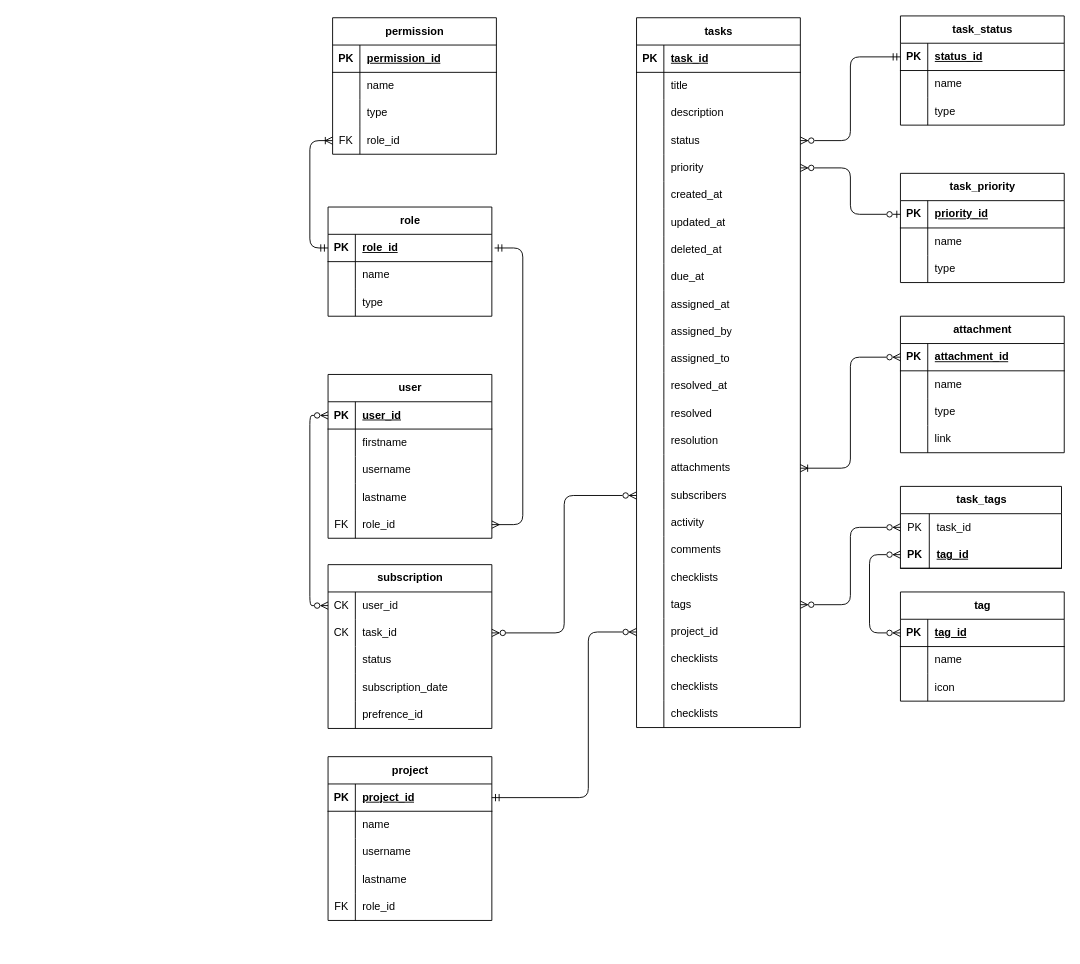
The draw.io diagram Untitled Diagram.drawio in sonu-nigam/workflow, before the edit. Source tidied: cells renumbered, new cells numbered last; positions are measured from the earlier drawing's top-left corner, leaving out a move shared by most shapes. Both pictures are drawn from the tidied source at 91%, with x=0, y=0 at pixel (328, 15).
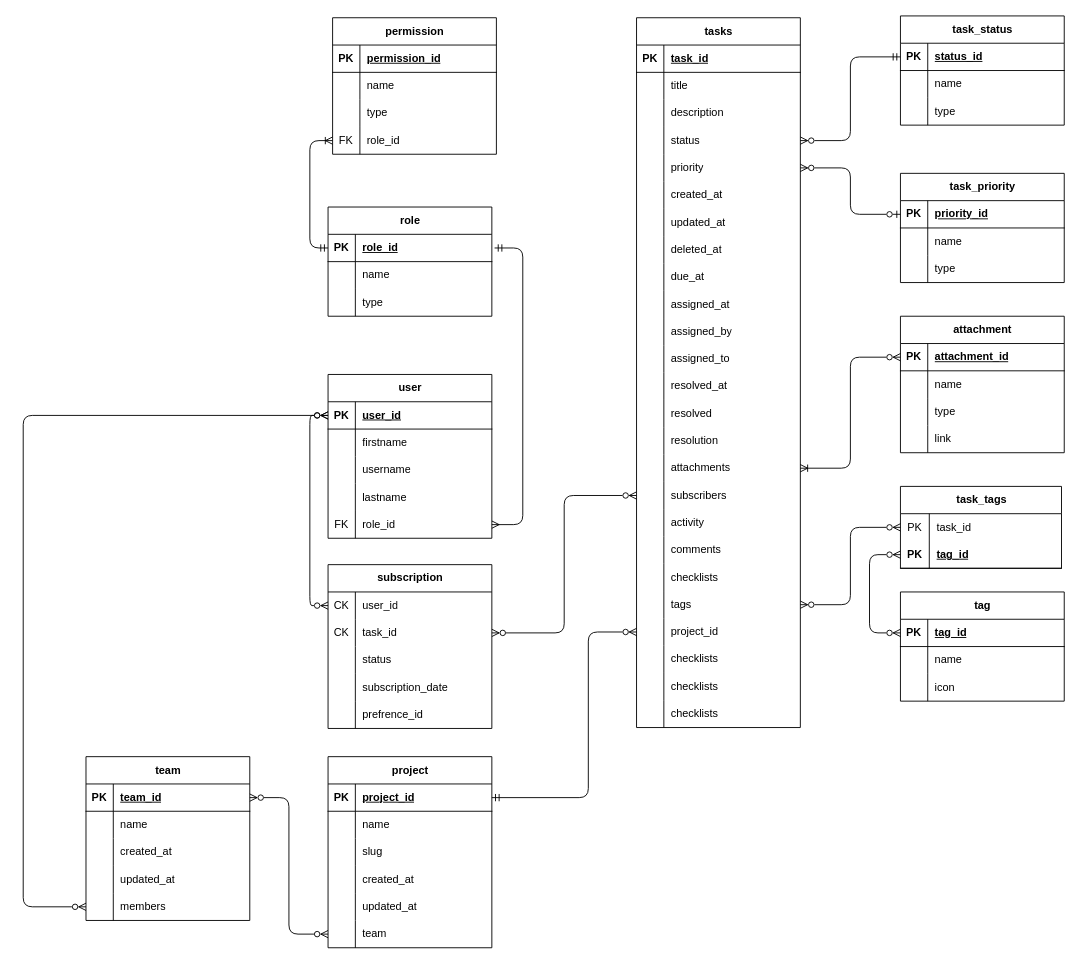
After the change.

Unchanged cells that the change refers to:
```xml
<mxCell id="3" style="shape=tableRow;horizontal=0;startSize=0;swimlaneHead=0;swimlaneBody=0;fillColor=none;points=[[0,0.5],[1,0.5]];portConstraint=eastwest;top=0;left=0;right=0;bottom=1;rounded=0;" parent="2" vertex="1">
  <mxGeometry y="30" width="180" height="30" as="geometry" />
</mxCell>
<mxCell id="199" style="shape=tableRow;horizontal=0;startSize=0;swimlaneHead=0;swimlaneBody=0;fillColor=none;top=0;left=0;right=0;bottom=0;rounded=0;" parent="192" vertex="1">
  <mxGeometry y="90" width="180" height="30" as="geometry" />
</mxCell>
<mxCell id="202" style="shape=tableRow;horizontal=0;startSize=0;swimlaneHead=0;swimlaneBody=0;fillColor=none;top=0;left=0;right=0;bottom=0;rounded=0;" parent="192" vertex="1">
  <mxGeometry y="120" width="180" height="30" as="geometry" />
</mxCell>
<mxCell id="205" style="shape=tableRow;horizontal=0;startSize=0;swimlaneHead=0;swimlaneBody=0;fillColor=none;top=0;left=0;right=0;bottom=0;rounded=0;" parent="192" vertex="1">
  <mxGeometry y="150" width="180" height="30" as="geometry" />
</mxCell>
```

What changed in the source:
```diff
@@
     <mxCell id="192" value="project" style="shape=table;startSize=30;childLayout=tableLayout;rowLines=0;fontStyle=1;align=center;html=1;rounded=0;" parent="1" vertex="1">
-      <mxGeometry y="814" width="180" height="180" as="geometry" />
+      <mxGeometry y="814" width="180" height="210" as="geometry" />
     </mxCell>
@@
-    <mxCell id="201" value="username" style="shape=partialRectangle;fillColor=none;top=0;left=0;bottom=0;right=0;align=left;spacingLeft=6;overflow=hidden;whiteSpace=wrap;html=1;rounded=0;" parent="199" vertex="1">
+    <mxCell id="201" value="slug" style="shape=partialRectangle;fillColor=none;top=0;left=0;bottom=0;right=0;align=left;spacingLeft=6;overflow=hidden;whiteSpace=wrap;html=1;rounded=0;" parent="199" vertex="1">
       <mxGeometry x="30" width="150" height="30" as="geometry" />
     </mxCell>
@@
-    <mxCell id="204" value="lastname" style="shape=partialRectangle;fillColor=none;top=0;left=0;bottom=0;right=0;align=left;spacingLeft=6;overflow=hidden;whiteSpace=wrap;html=1;rounded=0;" parent="202" vertex="1">
+    <mxCell id="204" value="created_at" style="shape=partialRectangle;fillColor=none;top=0;left=0;bottom=0;right=0;align=left;spacingLeft=6;overflow=hidden;whiteSpace=wrap;html=1;rounded=0;" parent="202" vertex="1">
       <mxGeometry x="30" width="150" height="30" as="geometry" />
     </mxCell>
@@
-    <mxCell id="206" value="FK" style="shape=partialRectangle;fillColor=none;top=0;left=0;bottom=0;right=0;overflow=hidden;whiteSpace=wrap;html=1;rounded=0;" parent="205" vertex="1">
+    <mxCell id="206" style="shape=partialRectangle;fillColor=none;top=0;left=0;bottom=0;right=0;overflow=hidden;whiteSpace=wrap;html=1;rounded=0;" parent="205" vertex="1">
       <mxGeometry width="30" height="30" as="geometry" />
     </mxCell>
-    <mxCell id="207" value="role_id" style="shape=partialRectangle;fillColor=none;top=0;left=0;bottom=0;right=0;align=left;spacingLeft=6;overflow=hidden;whiteSpace=wrap;html=1;rounded=0;" parent="205" vertex="1">
+    <mxCell id="207" value="updated_at" style="shape=partialRectangle;fillColor=none;top=0;left=0;bottom=0;right=0;align=left;spacingLeft=6;overflow=hidden;whiteSpace=wrap;html=1;rounded=0;" parent="205" vertex="1">
       <mxGeometry x="30" width="150" height="30" as="geometry" />
     </mxCell>
+    <mxCell id="209" style="shape=tableRow;horizontal=0;startSize=0;swimlaneHead=0;swimlaneBody=0;fillColor=none;points=[[0,0.5],[1,0.5]];portConstraint=eastwest;top=0;left=0;right=0;bottom=0;rounded=0;" parent="192" vertex="1">
+      <mxGeometry y="180" width="180" height="30" as="geometry" />
+    </mxCell>
+    <mxCell id="210" style="shape=partialRectangle;fillColor=none;top=0;left=0;bottom=0;right=0;overflow=hidden;whiteSpace=wrap;html=1;rounded=0;" parent="209" vertex="1">
+      <mxGeometry width="30" height="30" as="geometry" />
+    </mxCell>
+    <mxCell id="211" value="team" style="shape=partialRectangle;fillColor=none;top=0;left=0;bottom=0;right=0;align=left;spacingLeft=6;overflow=hidden;whiteSpace=wrap;html=1;rounded=0;" parent="209" vertex="1">
+      <mxGeometry x="30" width="150" height="30" as="geometry" />
+    </mxCell>
@@
+    <mxCell id="212" value="team" style="shape=table;startSize=30;childLayout=tableLayout;rowLines=0;fontStyle=1;align=center;html=1;rounded=0;" parent="1" vertex="1">
+      <mxGeometry x="-266" y="814" width="180" height="180" as="geometry" />
+    </mxCell>
+    <mxCell id="213" style="shape=tableRow;horizontal=0;startSize=0;swimlaneHead=0;swimlaneBody=0;fillColor=none;points=[[0,0.5],[1,0.5]];portConstraint=eastwest;top=0;left=0;right=0;bottom=1;rounded=0;" parent="212" vertex="1">
+      <mxGeometry y="30" width="180" height="30" as="geometry" />
+    </mxCell>
+    <mxCell id="214" value="PK" style="shape=partialRectangle;fillColor=none;top=0;left=0;bottom=0;right=0;fontStyle=1;overflow=hidden;whiteSpace=wrap;html=1;rounded=0;" parent="213" vertex="1">
+      <mxGeometry width="30" height="30" as="geometry" />
+    </mxCell>
+    <mxCell id="215" value="team_id" style="shape=partialRectangle;fillColor=none;top=0;left=0;bottom=0;right=0;align=left;spacingLeft=6;fontStyle=5;overflow=hidden;whiteSpace=wrap;html=1;rounded=0;" parent="213" vertex="1">
+      <mxGeometry x="30" width="150" height="30" as="geometry" />
+    </mxCell>
+    <mxCell id="216" style="shape=tableRow;horizontal=0;startSize=0;swimlaneHead=0;swimlaneBody=0;fillColor=none;top=0;left=0;right=0;bottom=0;rounded=0;" parent="212" vertex="1">
+      <mxGeometry y="60" width="180" height="30" as="geometry" />
+    </mxCell>
+    <mxCell id="217" style="shape=partialRectangle;fillColor=none;top=0;left=0;bottom=0;right=0;overflow=hidden;whiteSpace=wrap;html=1;rounded=0;" parent="216" vertex="1">
+      <mxGeometry width="30" height="30" as="geometry" />
+    </mxCell>
+    <mxCell id="218" value="name" style="shape=partialRectangle;fillColor=none;top=0;left=0;bottom=0;right=0;align=left;spacingLeft=6;overflow=hidden;whiteSpace=wrap;html=1;rounded=0;" parent="216" vertex="1">
+      <mxGeometry x="30" width="150" height="30" as="geometry" />
+    </mxCell>
+    <mxCell id="219" style="shape=tableRow;horizontal=0;startSize=0;swimlaneHead=0;swimlaneBody=0;fillColor=none;top=0;left=0;right=0;bottom=0;rounded=0;" parent="212" vertex="1">
+      <mxGeometry y="90" width="180" height="30" as="geometry" />
+    </mxCell>
+    <mxCell id="220" style="shape=partialRectangle;fillColor=none;top=0;left=0;bottom=0;right=0;overflow=hidden;whiteSpace=wrap;html=1;rounded=0;" parent="219" vertex="1">
+      <mxGeometry width="30" height="30" as="geometry" />
+    </mxCell>
+    <mxCell id="221" value="created_at" style="shape=partialRectangle;fillColor=none;top=0;left=0;bottom=0;right=0;align=left;spacingLeft=6;overflow=hidden;whiteSpace=wrap;html=1;rounded=0;" parent="219" vertex="1">
+      <mxGeometry x="30" width="150" height="30" as="geometry" />
+    </mxCell>
+    <mxCell id="222" style="shape=tableRow;horizontal=0;startSize=0;swimlaneHead=0;swimlaneBody=0;fillColor=none;top=0;left=0;right=0;bottom=0;rounded=0;" parent="212" vertex="1">
+      <mxGeometry y="120" width="180" height="30" as="geometry" />
+    </mxCell>
+    <mxCell id="223" style="shape=partialRectangle;fillColor=none;top=0;left=0;bottom=0;right=0;overflow=hidden;whiteSpace=wrap;html=1;rounded=0;" parent="222" vertex="1">
+      <mxGeometry width="30" height="30" as="geometry" />
+    </mxCell>
+    <mxCell id="224" value="updated_at" style="shape=partialRectangle;fillColor=none;top=0;left=0;bottom=0;right=0;align=left;spacingLeft=6;overflow=hidden;whiteSpace=wrap;html=1;rounded=0;" parent="222" vertex="1">
+      <mxGeometry x="30" width="150" height="30" as="geometry" />
+    </mxCell>
+    <mxCell id="225" style="shape=tableRow;horizontal=0;startSize=0;swimlaneHead=0;swimlaneBody=0;fillColor=none;points=[[0,0.5],[1,0.5]];portConstraint=eastwest;top=0;left=0;right=0;bottom=0;rounded=0;" parent="212" vertex="1">
+      <mxGeometry y="150" width="180" height="30" as="geometry" />
+    </mxCell>
+    <mxCell id="226" style="shape=partialRectangle;fillColor=none;top=0;left=0;bottom=0;right=0;overflow=hidden;whiteSpace=wrap;html=1;rounded=0;" parent="225" vertex="1">
+      <mxGeometry width="30" height="30" as="geometry" />
+    </mxCell>
+    <mxCell id="227" value="members" style="shape=partialRectangle;fillColor=none;top=0;left=0;bottom=0;right=0;align=left;spacingLeft=6;overflow=hidden;whiteSpace=wrap;html=1;rounded=0;" parent="225" vertex="1">
+      <mxGeometry x="30" width="150" height="30" as="geometry" />
+    </mxCell>
+    <mxCell id="228" style="edgeStyle=orthogonalEdgeStyle;rounded=1;jettySize=auto;html=1;entryX=0;entryY=0.5;entryDx=0;entryDy=0;curved=0;startArrow=ERzeroToMany;startFill=0;endArrow=ERzeroToMany;endFill=0;" parent="1" edge="1" source="213" target="209">
+      <mxGeometry relative="1" as="geometry" />
+    </mxCell>
+    <mxCell id="229" style="edgeStyle=orthogonalEdgeStyle;rounded=1;jettySize=auto;html=1;entryX=0;entryY=0.5;entryDx=0;entryDy=0;curved=0;startArrow=ERzeroToMany;startFill=0;endArrow=ERzeroToMany;endFill=0;" parent="1" edge="1" source="225" target="3">
+      <mxGeometry relative="1" as="geometry">
+        <Array as="points">
+          <mxPoint x="-335" y="979" />
+          <mxPoint x="-335" y="439" />
+        </Array>
+      </mxGeometry>
+    </mxCell>
```
